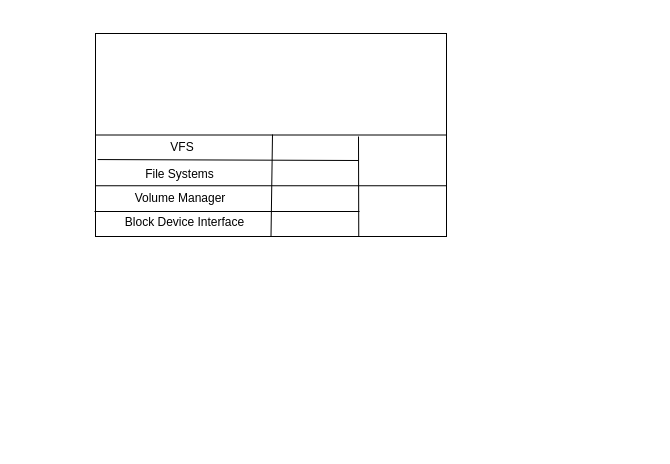
aleonly/drawio keeps this draw.io diagram as operating-system.drawio. Above is the earlier version. Source tidied: cells renumbered, new cells numbered last; positions are measured from the earlier drawing's top-left corner, leaving out a move shared by most shapes. Both pictures are drawn from the tidied source at 100%, with x=0, y=0 at pixel (94, 33).
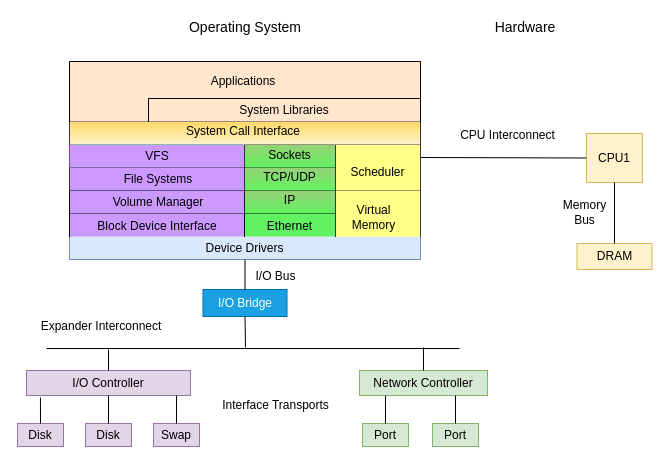
After the change.

What changed in the source:
```diff
@@
-    <mxCell id="2" style="rounded=0;whiteSpace=wrap;html=1;" parent="1" vertex="1">
-      <mxGeometry x="1" width="351" height="203" as="geometry" />
-    </mxCell>
-    <mxCell id="3" style="endArrow=none;html=1;entryX=1;entryY=0.5;entryDx=0;entryDy=0;exitX=0;exitY=0.5;exitDx=0;exitDy=0;" parent="1" edge="1" source="2" target="2">
-      <mxGeometry relative="1" as="geometry" />
-    </mxCell>
-    <mxCell id="4" style="endArrow=none;html=1;entryX=1;entryY=0.75;entryDx=0;entryDy=0;exitX=0;exitY=0.75;exitDx=0;exitDy=0;" parent="1" edge="1" source="2" target="2">
-      <mxGeometry relative="1" as="geometry" />
-    </mxCell>
-    <mxCell id="5" style="endArrow=none;html=1;exitX=0.5;exitY=1;exitDx=0;exitDy=0;" parent="1" edge="1" source="2">
-      <mxGeometry relative="1" as="geometry">
-        <mxPoint x="178" y="101" as="targetPoint" />
-      </mxGeometry>
-    </mxCell>
-    <mxCell id="6" style="endArrow=none;html=1;exitX=0.75;exitY=1;exitDx=0;exitDy=0;" parent="1" edge="1" source="2">
-      <mxGeometry relative="1" as="geometry">
-        <mxPoint x="264" y="103" as="targetPoint" />
-      </mxGeometry>
-    </mxCell>
-    <mxCell id="7" style="endArrow=none;html=1;exitX=0.006;exitY=0.621;exitDx=0;exitDy=0;exitPerimeter=0;" parent="1" edge="1" source="2">
-      <mxGeometry relative="1" as="geometry">
-        <mxPoint x="264" y="127" as="targetPoint" />
-      </mxGeometry>
-    </mxCell>
-    <mxCell id="8" style="endArrow=none;html=1;" parent="1" edge="1">
-      <mxGeometry relative="1" as="geometry">
-        <mxPoint y="178" as="sourcePoint" />
-        <mxPoint x="265" y="178" as="targetPoint" />
-      </mxGeometry>
-    </mxCell>
+    <mxCell id="13" value="CPU1" style="rounded=0;whiteSpace=wrap;html=1;fillColor=#fff2cc;strokeColor=#d6b656;" parent="1" vertex="1">
+      <mxGeometry x="492" y="100" width="56" height="49" as="geometry" />
+    </mxCell>
+    <mxCell id="14" style="endArrow=none;html=1;entryX=1;entryY=0.611;entryDx=0;entryDy=0;entryPerimeter=0;exitX=0;exitY=0.5;exitDx=0;exitDy=0;" parent="1" edge="1" source="13">
+      <mxGeometry relative="1" as="geometry">
+        <mxPoint x="326" y="124" as="targetPoint" />
+      </mxGeometry>
+    </mxCell>
+    <mxCell id="15" value="DRAM" style="rounded=0;whiteSpace=wrap;html=1;fillColor=#fff2cc;strokeColor=#d6b656;" parent="1" vertex="1">
+      <mxGeometry x="482.5" y="210" width="75" height="26" as="geometry" />
+    </mxCell>
+    <mxCell id="16" style="endArrow=none;html=1;entryX=0.5;entryY=1;entryDx=0;entryDy=0;exitX=0.5;exitY=0;exitDx=0;exitDy=0;" parent="1" edge="1" source="15" target="13">
+      <mxGeometry relative="1" as="geometry" />
+    </mxCell>
+    <mxCell id="17" value="Memory Bus" style="text;html=1;strokeColor=none;fillColor=none;align=center;verticalAlign=middle;whiteSpace=wrap;rounded=0;" parent="1" vertex="1">
+      <mxGeometry x="464" y="165" width="53" height="27" as="geometry" />
+    </mxCell>
+    <mxCell id="18" value="CPU Interconnect" style="text;html=1;strokeColor=none;fillColor=none;align=center;verticalAlign=middle;whiteSpace=wrap;rounded=0;" parent="1" vertex="1">
+      <mxGeometry x="359" y="91.5" width="109" height="20" as="geometry" />
+    </mxCell>
+    <mxCell id="19" style="shape=partialRectangle;whiteSpace=wrap;html=1;bottom=1;right=1;left=1;top=0;fillColor=#dae8fc;routingCenterX=-0.5;strokeColor=#6c8ebf;" parent="1" vertex="1">
+      <mxGeometry x="-25" y="203" width="351" height="23" as="geometry" />
+    </mxCell>
+    <mxCell id="20" value="Device Drivers" style="text;html=1;strokeColor=none;fillColor=none;align=center;verticalAlign=middle;whiteSpace=wrap;rounded=0;direction=west;" parent="1" vertex="1">
+      <mxGeometry x="101" y="204.5" width="99" height="20" as="geometry" />
+    </mxCell>
+    <mxCell id="21" value="I/O Bridge" style="rounded=0;whiteSpace=wrap;html=1;fillColor=#1ba1e2;strokeColor=#006EAF;fontColor=#ffffff;" parent="1" vertex="1">
+      <mxGeometry x="108.5" y="256" width="84" height="27" as="geometry" />
+    </mxCell>
+    <mxCell id="22" style="endArrow=none;html=1;" parent="1" edge="1">
+      <mxGeometry relative="1" as="geometry">
+        <mxPoint x="-48" y="315" as="sourcePoint" />
+        <mxPoint x="365" y="315" as="targetPoint" />
+      </mxGeometry>
+    </mxCell>
+    <mxCell id="23" style="endArrow=none;html=1;entryX=0.5;entryY=1;entryDx=0;entryDy=0;" parent="1" edge="1" source="21" target="19">
+      <mxGeometry relative="1" as="geometry" />
+    </mxCell>
+    <mxCell id="24" value="I/O Bus" style="text;html=1;strokeColor=none;fillColor=none;align=center;verticalAlign=middle;whiteSpace=wrap;rounded=0;" parent="1" vertex="1">
+      <mxGeometry x="152" y="233" width="59" height="20" as="geometry" />
+    </mxCell>
+    <mxCell id="25" value="Expander Interconnect" style="text;html=1;strokeColor=none;fillColor=none;align=center;verticalAlign=middle;whiteSpace=wrap;rounded=0;" parent="1" vertex="1">
+      <mxGeometry x="-57" y="283" width="128" height="20" as="geometry" />
+    </mxCell>
+    <mxCell id="26" style="endArrow=none;html=1;entryX=0.5;entryY=1;entryDx=0;entryDy=0;" parent="1" edge="1" target="21">
+      <mxGeometry relative="1" as="geometry">
+        <mxPoint x="151" y="314" as="sourcePoint" />
+      </mxGeometry>
+    </mxCell>
+    <mxCell id="27" value="I/O Controller" style="rounded=0;whiteSpace=wrap;html=1;fillColor=#e1d5e7;strokeColor=#9673a6;" parent="1" vertex="1">
+      <mxGeometry x="-68" y="337" width="164" height="25" as="geometry" />
+    </mxCell>
+    <mxCell id="28" style="endArrow=none;html=1;exitX=0.5;exitY=0;exitDx=0;exitDy=0;" parent="1" edge="1" source="27">
+      <mxGeometry relative="1" as="geometry">
+        <mxPoint x="14" y="316" as="targetPoint" />
+      </mxGeometry>
+    </mxCell>
+    <mxCell id="29" value="Network Controller" style="rounded=0;whiteSpace=wrap;html=1;fillColor=#d5e8d4;strokeColor=#82b366;" parent="1" vertex="1">
+      <mxGeometry x="265" y="337" width="128" height="25" as="geometry" />
+    </mxCell>
+    <mxCell id="30" style="endArrow=none;html=1;exitX=0.5;exitY=0;exitDx=0;exitDy=0;" parent="1" edge="1" source="29">
+      <mxGeometry relative="1" as="geometry">
+        <mxPoint x="329" y="314" as="targetPoint" />
+      </mxGeometry>
+    </mxCell>
+    <mxCell id="31" value="Disk" style="rounded=0;whiteSpace=wrap;html=1;fillColor=#e1d5e7;strokeColor=#9673a6;" parent="1" vertex="1">
+      <mxGeometry x="-77" y="390" width="46" height="23" as="geometry" />
+    </mxCell>
+    <mxCell id="32" value="Disk" style="rounded=0;whiteSpace=wrap;html=1;fillColor=#e1d5e7;strokeColor=#9673a6;" parent="1" vertex="1">
+      <mxGeometry x="-9" y="390" width="46" height="23" as="geometry" />
+    </mxCell>
+    <mxCell id="33" value="Swap" style="rounded=0;whiteSpace=wrap;html=1;fillColor=#e1d5e7;strokeColor=#9673a6;" parent="1" vertex="1">
+      <mxGeometry x="59" y="390" width="46" height="23" as="geometry" />
+    </mxCell>
+    <mxCell id="34" style="endArrow=none;html=1;entryX=0.085;entryY=1.08;entryDx=0;entryDy=0;entryPerimeter=0;exitX=0.5;exitY=0;exitDx=0;exitDy=0;" parent="1" edge="1" source="31" target="27">
+      <mxGeometry relative="1" as="geometry" />
+    </mxCell>
+    <mxCell id="35" style="endArrow=none;html=1;entryX=0.5;entryY=1;entryDx=0;entryDy=0;exitX=0.5;exitY=0;exitDx=0;exitDy=0;" parent="1" edge="1" source="32" target="27">
+      <mxGeometry relative="1" as="geometry" />
+    </mxCell>
+    <mxCell id="36" style="endArrow=none;html=1;entryX=0.915;entryY=1;entryDx=0;entryDy=0;entryPerimeter=0;exitX=0.5;exitY=0;exitDx=0;exitDy=0;" parent="1" edge="1" source="33" target="27">
+      <mxGeometry relative="1" as="geometry" />
+    </mxCell>
+    <mxCell id="37" value="Port" style="rounded=0;whiteSpace=wrap;html=1;fillColor=#d5e8d4;strokeColor=#82b366;" parent="1" vertex="1">
+      <mxGeometry x="268" y="390" width="46" height="23" as="geometry" />
+    </mxCell>
+    <mxCell id="38" value="Port" style="rounded=0;whiteSpace=wrap;html=1;fillColor=#d5e8d4;strokeColor=#82b366;" parent="1" vertex="1">
+      <mxGeometry x="338" y="390" width="46" height="23" as="geometry" />
+    </mxCell>
+    <mxCell id="39" style="endArrow=none;html=1;entryX=0.203;entryY=1;entryDx=0;entryDy=0;entryPerimeter=0;exitX=0.5;exitY=0;exitDx=0;exitDy=0;" parent="1" edge="1" source="37" target="29">
+      <mxGeometry relative="1" as="geometry" />
+    </mxCell>
+    <mxCell id="40" style="endArrow=none;html=1;entryX=0.75;entryY=1;entryDx=0;entryDy=0;exitX=0.5;exitY=0;exitDx=0;exitDy=0;" parent="1" edge="1" source="38" target="29">
+      <mxGeometry relative="1" as="geometry" />
+    </mxCell>
+    <mxCell id="41" value="Interface Transports" style="text;html=1;strokeColor=none;fillColor=none;align=center;verticalAlign=middle;whiteSpace=wrap;rounded=0;" parent="1" vertex="1">
+      <mxGeometry x="112.5" y="362" width="137" height="20" as="geometry" />
+    </mxCell>
+    <mxCell id="42" value="&lt;font style=&quot;font-size: 14px&quot;&gt;Operating System&lt;/font&gt;" style="text;html=1;strokeColor=none;fillColor=none;align=center;verticalAlign=middle;whiteSpace=wrap;rounded=0;" parent="1" vertex="1">
+      <mxGeometry x="88.8" y="-16" width="123.5" height="20" as="geometry" />
+    </mxCell>
+    <mxCell id="43" value="&lt;font style=&quot;font-size: 14px&quot;&gt;Hardware&lt;/font&gt;" style="text;html=1;strokeColor=none;fillColor=none;align=center;verticalAlign=middle;whiteSpace=wrap;rounded=0;" parent="1" vertex="1">
+      <mxGeometry x="368.5" y="-16" width="123.5" height="20" as="geometry" />
+    </mxCell>
+    <mxCell id="44" style="shape=partialRectangle;bottom=1;right=1;left=1;top=0;fillColor=#CC99FF;routingCenterX=-0.5;rotation=-180;html=1;whiteSpace=wrap;horizontal=1;verticalAlign=bottom;direction=east;strokeColor=#000000;" parent="1" vertex="1">
+      <mxGeometry x="-25" y="180" width="175" height="23" as="geometry" />
+    </mxCell>
+    <mxCell id="12" value="Block Device Interface" style="text;html=1;strokeColor=none;fillColor=none;align=center;verticalAlign=middle;whiteSpace=wrap;rounded=0;direction=west;" parent="1" vertex="1">
+      <mxGeometry x="-10.5" y="183" width="146" height="20" as="geometry" />
+    </mxCell>
+    <mxCell id="45" style="shape=partialRectangle;bottom=1;right=1;left=1;top=0;fillColor=#CC99FF;routingCenterX=-0.5;rotation=-180;html=1;whiteSpace=wrap;fontColor=#000000;horizontal=1;verticalAlign=bottom;direction=east;strokeColor=#000000;" parent="1" vertex="1">
+      <mxGeometry x="-25" y="157" width="175" height="23" as="geometry" />
+    </mxCell>
+    <mxCell id="46" style="shape=partialRectangle;bottom=1;right=1;left=1;top=0;fillColor=#CC99FF;routingCenterX=-0.5;rotation=-180;html=1;whiteSpace=wrap;horizontal=1;verticalAlign=bottom;direction=east;strokeColor=#333333;" parent="1" vertex="1">
+      <mxGeometry x="-25" y="134" width="175" height="23" as="geometry" />
+    </mxCell>
+    <mxCell id="47" style="shape=partialRectangle;bottom=1;right=1;left=1;top=0;fillColor=#CC99FF;routingCenterX=-0.5;rotation=-180;html=1;whiteSpace=wrap;horizontal=1;verticalAlign=bottom;direction=east;strokeColor=#0e8088;" parent="1" vertex="1">
+      <mxGeometry x="-25" y="111" width="175" height="23" as="geometry" />
+    </mxCell>
+    <mxCell id="48" style="shape=partialRectangle;bottom=1;right=1;left=1;top=0;fillColor=#61F261;routingCenterX=-0.5;rotation=-180;html=1;whiteSpace=wrap;fontColor=#000000;horizontal=1;verticalAlign=bottom;direction=east;" parent="1" vertex="1">
+      <mxGeometry x="150" y="180" width="91" height="23" as="geometry" />
+    </mxCell>
+    <mxCell id="49" style="shape=partialRectangle;bottom=1;right=1;left=1;top=0;fillColor=#61F261;routingCenterX=-0.5;rotation=-180;html=1;whiteSpace=wrap;horizontal=1;verticalAlign=bottom;direction=east;gradientColor=#97d077;strokeColor=#1A1A1A;" parent="1" vertex="1">
+      <mxGeometry x="150" y="157" width="91" height="23" as="geometry" />
+    </mxCell>
+    <mxCell id="50" style="shape=partialRectangle;bottom=1;right=1;left=1;top=0;fillColor=#61F261;routingCenterX=-0.5;rotation=-180;html=1;whiteSpace=wrap;horizontal=1;verticalAlign=bottom;direction=east;gradientColor=#97d077;strokeColor=#333333;" parent="1" vertex="1">
+      <mxGeometry x="150" y="134" width="91" height="23" as="geometry" />
+    </mxCell>
+    <mxCell id="51" style="shape=partialRectangle;bottom=1;right=1;left=1;top=0;fillColor=#61F261;routingCenterX=-0.5;rotation=-180;html=1;whiteSpace=wrap;horizontal=1;verticalAlign=bottom;direction=east;gradientColor=#97d077;strokeColor=#333333;" parent="1" vertex="1">
+      <mxGeometry x="150" y="111" width="91" height="23" as="geometry" />
+    </mxCell>
+    <mxCell id="52" style="shape=partialRectangle;bottom=1;right=1;left=1;top=0;fillColor=#ffff88;routingCenterX=-0.5;rotation=-180;html=1;whiteSpace=wrap;horizontal=1;verticalAlign=bottom;direction=east;strokeColor=#36393d;" parent="1" vertex="1">
+      <mxGeometry x="241" y="157" width="85" height="46" as="geometry" />
+    </mxCell>
+    <mxCell id="53" style="shape=partialRectangle;bottom=1;right=1;left=1;top=0;fillColor=#ffff88;routingCenterX=-0.5;rotation=-180;html=1;whiteSpace=wrap;horizontal=1;verticalAlign=bottom;direction=east;strokeColor=#36393d;" parent="1" vertex="1">
+      <mxGeometry x="241" y="111" width="85" height="46" as="geometry" />
+    </mxCell>
+    <mxCell id="54" style="shape=partialRectangle;bottom=1;right=1;left=1;top=0;fillColor=#fff2cc;routingCenterX=-0.5;rotation=-180;html=1;whiteSpace=wrap;horizontal=1;verticalAlign=bottom;direction=east;gradientColor=#ffd966;strokeColor=#333333;" parent="1" vertex="1">
+      <mxGeometry x="-25" y="88" width="351" height="23" as="geometry" />
+    </mxCell>
+    <mxCell id="55" style="shape=partialRectangle;bottom=1;right=1;left=1;top=0;fillColor=#ffe6cc;routingCenterX=-0.5;rotation=-180;html=1;whiteSpace=wrap;horizontal=1;verticalAlign=bottom;direction=east;strokeColor=#000000;" parent="1" vertex="1">
+      <mxGeometry x="-25" y="28" width="351" height="60" as="geometry" />
+    </mxCell>
+    <mxCell id="56" style="shape=partialRectangle;bottom=1;right=1;left=1;top=0;fillColor=none;routingCenterX=-0.5;rotation=-180;html=1;whiteSpace=wrap;fontColor=#000000;horizontal=1;verticalAlign=bottom;direction=east;" parent="1" vertex="1">
+      <mxGeometry x="54" y="65" width="272" height="23" as="geometry" />
+    </mxCell>
+    <mxCell id="11" value="Volume Manager" style="text;html=1;strokeColor=none;fillColor=none;align=center;verticalAlign=middle;whiteSpace=wrap;rounded=0;direction=west;" parent="1" vertex="1">
+      <mxGeometry x="-9" y="158.5" width="146" height="20" as="geometry" />
+    </mxCell>
+    <mxCell id="10" value="File Systems" style="text;html=1;strokeColor=none;fillColor=none;align=center;verticalAlign=middle;whiteSpace=wrap;rounded=0;direction=west;" parent="1" vertex="1">
+      <mxGeometry x="-9" y="135.5" width="146" height="20" as="geometry" />
+    </mxCell>
-    <mxCell id="9" value="VFS" style="text;html=1;strokeColor=none;fillColor=none;align=center;verticalAlign=middle;whiteSpace=wrap;rounded=0;" parent="1" vertex="1">
-      <mxGeometry x="68" y="104" width="40" height="20" as="geometry" />
+    <mxCell id="9" value="VFS" style="text;html=1;strokeColor=none;fillColor=none;align=center;verticalAlign=middle;whiteSpace=wrap;rounded=0;direction=west;" parent="1" vertex="1">
+      <mxGeometry x="-10.5" y="112.5" width="146" height="20" as="geometry" />
     </mxCell>
-    <mxCell id="10" value="File Systems" style="text;html=1;strokeColor=none;fillColor=none;align=center;verticalAlign=middle;whiteSpace=wrap;rounded=0;" parent="1" vertex="1">
-      <mxGeometry x="42" y="131" width="87" height="20" as="geometry" />
-    </mxCell>
-    <mxCell id="11" value="Volume Manager" style="text;html=1;strokeColor=none;fillColor=none;align=center;verticalAlign=middle;whiteSpace=wrap;rounded=0;" parent="1" vertex="1">
-      <mxGeometry x="32.5" y="155" width="106" height="20" as="geometry" />
-    </mxCell>
-    <mxCell id="12" value="Block Device Interface" style="text;html=1;strokeColor=none;fillColor=none;align=center;verticalAlign=middle;whiteSpace=wrap;rounded=0;" parent="1" vertex="1">
-      <mxGeometry x="21" y="179" width="139" height="20" as="geometry" />
-    </mxCell>
+    <mxCell id="57" value="System Call Interface" style="text;html=1;strokeColor=none;fillColor=none;align=center;verticalAlign=middle;whiteSpace=wrap;rounded=0;direction=west;" parent="1" vertex="1">
+      <mxGeometry x="76.2" y="88" width="146" height="20" as="geometry" />
+    </mxCell>
+    <mxCell id="58" value="System Libraries" style="text;html=1;strokeColor=none;fillColor=none;align=center;verticalAlign=middle;whiteSpace=wrap;rounded=0;direction=west;" parent="1" vertex="1">
+      <mxGeometry x="117" y="66.5" width="146" height="20" as="geometry" />
+    </mxCell>
+    <mxCell id="59" value="Applications" style="text;html=1;strokeColor=none;fillColor=none;align=center;verticalAlign=middle;whiteSpace=wrap;rounded=0;direction=west;" parent="1" vertex="1">
+      <mxGeometry x="76.2" y="38" width="146" height="20" as="geometry" />
+    </mxCell>
+    <mxCell id="60" value="Sockets" style="text;html=1;strokeColor=none;fillColor=none;align=center;verticalAlign=middle;whiteSpace=wrap;rounded=0;" parent="1" vertex="1">
+      <mxGeometry x="166" y="111.5" width="59" height="20.5" as="geometry" />
+    </mxCell>
+    <mxCell id="61" value="TCP/UDP" style="text;html=1;strokeColor=none;fillColor=none;align=center;verticalAlign=middle;whiteSpace=wrap;rounded=0;" parent="1" vertex="1">
+      <mxGeometry x="166" y="134" width="59" height="20.5" as="geometry" />
+    </mxCell>
+    <mxCell id="62" value="IP" style="text;html=1;strokeColor=none;fillColor=none;align=center;verticalAlign=middle;whiteSpace=wrap;rounded=0;" parent="1" vertex="1">
+      <mxGeometry x="166" y="157" width="59" height="20.5" as="geometry" />
+    </mxCell>
+    <mxCell id="63" value="Ethernet" style="text;html=1;strokeColor=none;fillColor=none;align=center;verticalAlign=middle;whiteSpace=wrap;rounded=0;" parent="1" vertex="1">
+      <mxGeometry x="166" y="182.5" width="59" height="20.5" as="geometry" />
+    </mxCell>
+    <mxCell id="64" value="Scheduler" style="text;html=1;strokeColor=none;fillColor=none;align=center;verticalAlign=middle;whiteSpace=wrap;rounded=0;" parent="1" vertex="1">
+      <mxGeometry x="254" y="128.5" width="59" height="20.5" as="geometry" />
+    </mxCell>
+    <mxCell id="65" value="Virtual&lt;br&gt;Memory" style="text;html=1;strokeColor=none;fillColor=none;align=center;verticalAlign=middle;whiteSpace=wrap;rounded=0;" parent="1" vertex="1">
+      <mxGeometry x="249.5" y="169.8" width="59" height="28.2" as="geometry" />
+    </mxCell>
+    <mxCell id="66" style="edgeStyle=orthogonalEdgeStyle;rounded=0;orthogonalLoop=1;jettySize=auto;html=1;exitX=0.5;exitY=1;exitDx=0;exitDy=0;fontColor=#000000;" parent="1" edge="1" source="65" target="65">
+      <mxGeometry relative="1" as="geometry" />
+    </mxCell>
```
